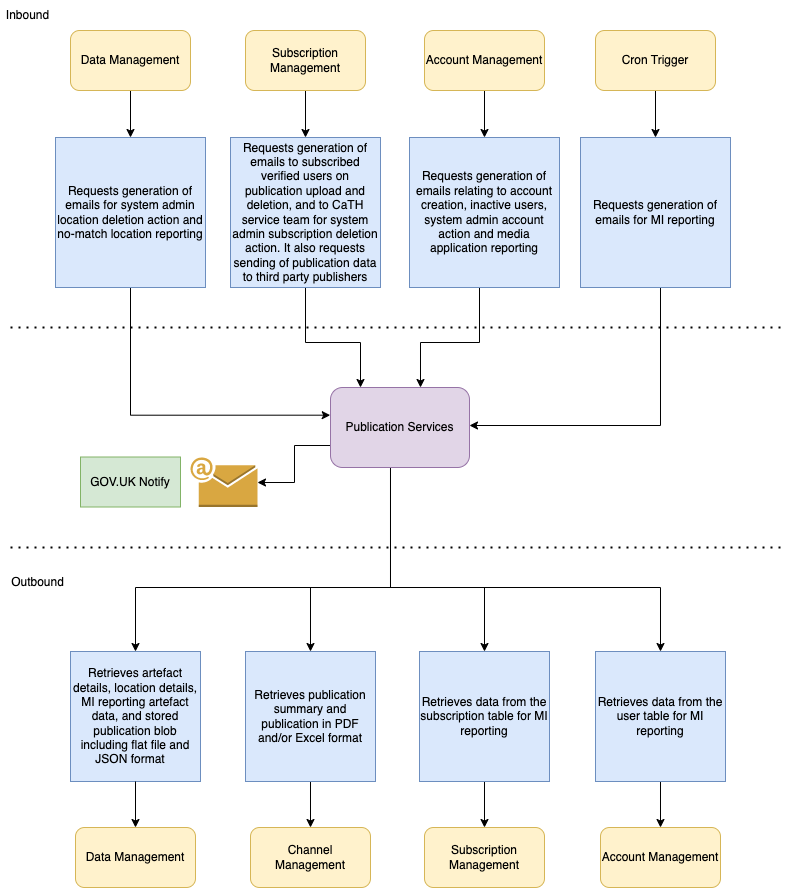
Earlier version of the draw.io export publication-services-arch.png (hmcts/pip-publication-services). Source tidied: cells renumbered, new cells last; positions are measured from the earlier drawing's top-left corner, leaving out a move shared by most shapes.
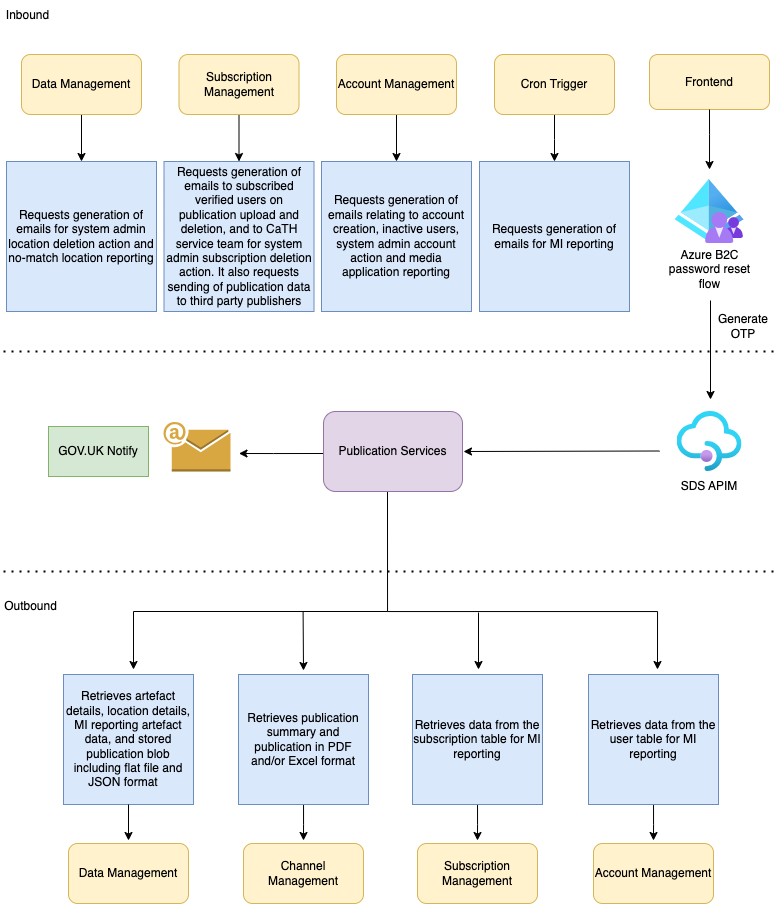
Above is the later version.

Diff of the diagram source:
```diff
@@ -2,176 +2,204 @@
   <root>
     <mxCell id="0" />
     <mxCell id="1" parent="0" />
-    <mxCell id="2" style="edgeStyle=orthogonalEdgeStyle;rounded=0;jettySize=auto;html=1;" parent="1" edge="1" source="7" target="13">
-      <mxGeometry relative="1" as="geometry">
-        <Array as="points">
-          <mxPoint x="390" y="587" />
-          <mxPoint x="310" y="587" />
-        </Array>
-      </mxGeometry>
-    </mxCell>
-    <mxCell id="3" style="edgeStyle=orthogonalEdgeStyle;rounded=0;jettySize=auto;html=1;" parent="1" edge="1" source="7" target="37">
-      <mxGeometry relative="1" as="geometry">
-        <Array as="points">
-          <mxPoint x="390" y="587" />
-          <mxPoint x="484" y="587" />
-        </Array>
-      </mxGeometry>
-    </mxCell>
-    <mxCell id="4" style="edgeStyle=orthogonalEdgeStyle;rounded=0;jettySize=auto;html=1;" parent="1" edge="1" source="7" target="39">
+    <mxCell id="4" style="edgeStyle=orthogonalEdgeStyle;rounded=0;orthogonalLoop=1;jettySize=auto;html=1;" parent="1" edge="1">
       <mxGeometry relative="1" as="geometry">
+        <mxPoint x="394" y="456" as="sourcePoint" />
+        <mxPoint x="664" y="634" as="targetPoint" />
         <Array as="points">
-          <mxPoint x="390" y="587" />
-          <mxPoint x="660" y="587" />
+          <mxPoint x="394" y="576" />
+          <mxPoint x="664" y="576" />
         </Array>
       </mxGeometry>
     </mxCell>
-    <mxCell id="5" style="edgeStyle=orthogonalEdgeStyle;rounded=0;jettySize=auto;html=1;" parent="1" edge="1" source="7" target="11">
-      <mxGeometry relative="1" as="geometry">
-        <Array as="points">
-          <mxPoint x="390" y="587" />
-          <mxPoint x="135" y="587" />
-        </Array>
-      </mxGeometry>
-    </mxCell>
-    <mxCell id="6" style="edgeStyle=orthogonalEdgeStyle;rounded=0;jettySize=auto;html=1;" parent="1" edge="1" source="7" target="33">
+    <mxCell id="6" style="edgeStyle=orthogonalEdgeStyle;rounded=0;orthogonalLoop=1;jettySize=auto;html=1;" parent="1" edge="1">
       <mxGeometry relative="1" as="geometry">
+        <mxPoint x="330" y="418" as="sourcePoint" />
+        <mxPoint x="245.5" y="418" as="targetPoint" />
         <Array as="points">
-          <mxPoint x="294" y="445" />
-          <mxPoint x="294" y="482" />
+          <mxPoint x="280" y="418" />
+          <mxPoint x="280" y="418" />
         </Array>
       </mxGeometry>
     </mxCell>
     <mxCell id="7" value="Publication Services&lt;br&gt;" style="rounded=1;whiteSpace=wrap;html=1;fillColor=#e1d5e7;strokeColor=#9673a6;" parent="1" vertex="1">
-      <mxGeometry x="330" y="387" width="139" height="80" as="geometry" />
+      <mxGeometry x="330" y="376" width="139" height="80" as="geometry" />
     </mxCell>
     <mxCell id="8" value="GOV.UK Notify" style="rounded=0;whiteSpace=wrap;html=1;fillColor=#d5e8d4;strokeColor=#82b366;" parent="1" vertex="1">
-      <mxGeometry x="80" y="456.5" width="100" height="50" as="geometry" />
+      <mxGeometry x="55" y="391" width="100" height="50" as="geometry" />
     </mxCell>
     <mxCell id="9" value="Data Management" style="rounded=1;whiteSpace=wrap;html=1;fillColor=#fff2cc;strokeColor=#d6b656;" parent="1" vertex="1">
-      <mxGeometry x="75" y="827" width="120" height="60" as="geometry" />
+      <mxGeometry x="75" y="808" width="120" height="60" as="geometry" />
     </mxCell>
     <mxCell id="10" value="Channel Management" style="rounded=1;whiteSpace=wrap;html=1;fillColor=#fff2cc;strokeColor=#d6b656;" parent="1" vertex="1">
-      <mxGeometry x="250" y="827" width="120" height="60" as="geometry" />
+      <mxGeometry x="250" y="808" width="120" height="60" as="geometry" />
     </mxCell>
     <mxCell id="11" value="Retrieves artefact details, location details, MI reporting artefact data, and stored publication blob including flat file and JSON format&amp;nbsp; &amp;nbsp;" style="whiteSpace=wrap;html=1;fillColor=#dae8fc;strokeColor=#6c8ebf;" parent="1" vertex="1">
-      <mxGeometry x="70" y="651" width="130" height="130" as="geometry" />
+      <mxGeometry x="70" y="639" width="130" height="130" as="geometry" />
     </mxCell>
-    <mxCell id="12" style="edgeStyle=orthogonalEdgeStyle;rounded=0;jettySize=auto;html=1;entryX=0.5;entryY=0;entryDx=0;entryDy=0;" parent="1" edge="1" source="13" target="10">
-      <mxGeometry relative="1" as="geometry" />
+    <mxCell id="12" style="edgeStyle=orthogonalEdgeStyle;rounded=0;jettySize=auto;html=1;" parent="1" edge="1" source="13">
+      <mxGeometry relative="1" as="geometry">
+        <mxPoint x="310" y="805" as="targetPoint" />
+      </mxGeometry>
     </mxCell>
     <mxCell id="13" value="Retrieves publication summary and publication in PDF and/or Excel format" style="whiteSpace=wrap;html=1;fillColor=#dae8fc;strokeColor=#6c8ebf;" parent="1" vertex="1">
-      <mxGeometry x="245" y="651" width="130" height="130" as="geometry" />
+      <mxGeometry x="245" y="639" width="130" height="130" as="geometry" />
     </mxCell>
-    <mxCell id="14" style="endArrow=classic;html=1;rounded=0;exitX=0.5;exitY=1;exitDx=0;exitDy=0;entryX=0.5;entryY=0;entryDx=0;entryDy=0;" parent="1" edge="1" source="11" target="9">
-      <mxGeometry relative="1" as="geometry" />
+    <mxCell id="14" style="endArrow=classic;html=1;rounded=0;exitX=0.5;exitY=1;exitDx=0;exitDy=0;" parent="1" edge="1" source="11">
+      <mxGeometry relative="1" as="geometry">
+        <mxPoint x="135" y="805" as="targetPoint" />
+      </mxGeometry>
     </mxCell>
     <mxCell id="15" style="edgeStyle=orthogonalEdgeStyle;rounded=0;jettySize=auto;html=1;" parent="1" edge="1" source="16" target="18">
       <mxGeometry relative="1" as="geometry" />
     </mxCell>
     <mxCell id="16" value="Subscription Management" style="rounded=1;whiteSpace=wrap;html=1;fillColor=#fff2cc;strokeColor=#d6b656;" parent="1" vertex="1">
-      <mxGeometry x="245" y="30" width="120" height="60" as="geometry" />
+      <mxGeometry x="185.5" y="19" width="120" height="60" as="geometry" />
     </mxCell>
-    <mxCell id="17" style="edgeStyle=orthogonalEdgeStyle;rounded=0;jettySize=auto;html=1;" parent="1" edge="1" source="18">
-      <mxGeometry relative="1" as="geometry">
-        <mxPoint x="360" y="387" as="targetPoint" />
-        <Array as="points">
-          <mxPoint x="305" y="342" />
-          <mxPoint x="360" y="342" />
-        </Array>
-      </mxGeometry>
-    </mxCell>
     <mxCell id="18" value="Requests generation of emails to subscribed verified users on publication upload and deletion, and to CaTH service team for system admin subscription deletion action. It also requests sending of publication data to third party publishers" style="whiteSpace=wrap;html=1;fillColor=#dae8fc;strokeColor=#6c8ebf;" parent="1" vertex="1">
-      <mxGeometry x="230" y="137" width="150" height="150" as="geometry" />
+      <mxGeometry x="170.5" y="126" width="150" height="150" as="geometry" />
     </mxCell>
     <mxCell id="19" style="edgeStyle=orthogonalEdgeStyle;rounded=0;jettySize=auto;html=1;" parent="1" edge="1" source="20" target="22">
       <mxGeometry relative="1" as="geometry" />
     </mxCell>
     <mxCell id="20" value="Data Management" style="rounded=1;whiteSpace=wrap;html=1;fillColor=#fff2cc;strokeColor=#d6b656;" parent="1" vertex="1">
-      <mxGeometry x="70" y="30" width="120" height="60" as="geometry" />
+      <mxGeometry x="28" y="19" width="120" height="60" as="geometry" />
     </mxCell>
-    <mxCell id="21" style="edgeStyle=orthogonalEdgeStyle;rounded=0;jettySize=auto;html=1;entryX=-0.002;entryY=0.346;entryDx=0;entryDy=0;entryPerimeter=0;" parent="1" edge="1" source="22" target="7">
-      <mxGeometry relative="1" as="geometry">
-        <Array as="points">
-          <mxPoint x="130" y="415" />
-        </Array>
-      </mxGeometry>
-    </mxCell>
     <mxCell id="22" value="Requests generation of emails for system admin location&amp;nbsp;deletion action and no-match location reporting" style="whiteSpace=wrap;html=1;fillColor=#dae8fc;strokeColor=#6c8ebf;" parent="1" vertex="1">
-      <mxGeometry x="55" y="137" width="150" height="150" as="geometry" />
+      <mxGeometry x="13" y="126" width="150" height="150" as="geometry" />
     </mxCell>
     <mxCell id="23" style="edgeStyle=orthogonalEdgeStyle;rounded=0;jettySize=auto;html=1;" parent="1" edge="1" source="24" target="26">
-      <mxGeometry relative="1" as="geometry" />
+      <mxGeometry relative="1" as="geometry">
+        <Array as="points">
+          <mxPoint x="561" y="104" />
+          <mxPoint x="561" y="104" />
+        </Array>
+      </mxGeometry>
     </mxCell>
     <mxCell id="24" value="Cron Trigger" style="rounded=1;whiteSpace=wrap;html=1;fillColor=#fff2cc;strokeColor=#d6b656;" parent="1" vertex="1">
-      <mxGeometry x="595" y="30" width="120" height="60" as="geometry" />
+      <mxGeometry x="501" y="19" width="120" height="60" as="geometry" />
     </mxCell>
-    <mxCell id="25" style="edgeStyle=orthogonalEdgeStyle;rounded=0;jettySize=auto;html=1;" parent="1" edge="1" source="26" target="7">
-      <mxGeometry relative="1" as="geometry">
-        <Array as="points">
-          <mxPoint x="660" y="425" />
-        </Array>
-      </mxGeometry>
-    </mxCell>
     <mxCell id="26" value="Requests generation of emails for MI reporting" style="whiteSpace=wrap;html=1;fillColor=#dae8fc;strokeColor=#6c8ebf;" parent="1" vertex="1">
-      <mxGeometry x="580" y="137" width="150" height="150" as="geometry" />
+      <mxGeometry x="486" y="126" width="150" height="150" as="geometry" />
     </mxCell>
     <mxCell id="27" style="endArrow=none;dashed=1;html=1;dashPattern=1 3;strokeWidth=2;rounded=0;" parent="1" edge="1">
       <mxGeometry relative="1" as="geometry">
-        <mxPoint x="10" y="327" as="sourcePoint" />
-        <mxPoint x="785" y="327" as="targetPoint" />
+        <mxPoint x="10" y="316" as="sourcePoint" />
+        <mxPoint x="785" y="316" as="targetPoint" />
       </mxGeometry>
     </mxCell>
     <mxCell id="28" style="endArrow=none;dashed=1;html=1;dashPattern=1 3;strokeWidth=2;rounded=0;" parent="1" edge="1">
       <mxGeometry relative="1" as="geometry">
-        <mxPoint x="10" y="547" as="sourcePoint" />
-        <mxPoint x="783" y="547" as="targetPoint" />
+        <mxPoint x="10" y="536" as="sourcePoint" />
+        <mxPoint x="783" y="536" as="targetPoint" />
       </mxGeometry>
     </mxCell>
     <mxCell id="29" value="Outbound" style="text;html=1;strokeColor=none;fillColor=none;align=center;verticalAlign=middle;whiteSpace=wrap;rounded=0;" parent="1" vertex="1">
-      <mxGeometry x="10" y="567" width="55" height="30" as="geometry" />
+      <mxGeometry x="10" y="556" width="55" height="30" as="geometry" />
     </mxCell>
     <mxCell id="30" value="Inbound" style="text;html=1;strokeColor=none;fillColor=none;align=center;verticalAlign=middle;whiteSpace=wrap;rounded=0;" parent="1" vertex="1">
-      <mxGeometry width="55" height="30" as="geometry" />
+      <mxGeometry x="7" y="-35" width="55" height="30" as="geometry" />
     </mxCell>
     <mxCell id="31" value="Subscription Management" style="rounded=1;whiteSpace=wrap;html=1;fillColor=#fff2cc;strokeColor=#d6b656;" parent="1" vertex="1">
-      <mxGeometry x="424" y="827" width="120" height="60" as="geometry" />
+      <mxGeometry x="424" y="808" width="120" height="60" as="geometry" />
     </mxCell>
     <mxCell id="32" value="Account Management" style="rounded=1;whiteSpace=wrap;html=1;fillColor=#fff2cc;strokeColor=#d6b656;" parent="1" vertex="1">
-      <mxGeometry x="600" y="827" width="120" height="60" as="geometry" />
+      <mxGeometry x="600" y="808" width="120" height="60" as="geometry" />
     </mxCell>
     <mxCell id="33" style="outlineConnect=0;dashed=0;verticalLabelPosition=bottom;verticalAlign=top;align=center;html=1;shape=mxgraph.aws3.email;fillColor=#D9A741;gradientColor=none;" parent="1" vertex="1">
-      <mxGeometry x="190" y="457" width="67" height="49.5" as="geometry" />
+      <mxGeometry x="170" y="386.5" width="67" height="49.5" as="geometry" />
     </mxCell>
     <mxCell id="34" style="edgeStyle=orthogonalEdgeStyle;rounded=0;jettySize=auto;html=1;" parent="1" edge="1" source="35" target="41">
       <mxGeometry relative="1" as="geometry" />
     </mxCell>
     <mxCell id="35" value="Account Management" style="rounded=1;whiteSpace=wrap;html=1;fillColor=#fff2cc;strokeColor=#d6b656;" parent="1" vertex="1">
-      <mxGeometry x="424" y="30" width="120" height="60" as="geometry" />
+      <mxGeometry x="343" y="19" width="120" height="60" as="geometry" />
     </mxCell>
-    <mxCell id="36" style="edgeStyle=orthogonalEdgeStyle;rounded=0;jettySize=auto;html=1;entryX=0.5;entryY=0;entryDx=0;entryDy=0;" parent="1" edge="1" source="37" target="31">
-      <mxGeometry relative="1" as="geometry" />
+    <mxCell id="36" style="edgeStyle=orthogonalEdgeStyle;rounded=0;jettySize=auto;html=1;" parent="1" edge="1" source="37">
+      <mxGeometry relative="1" as="geometry">
+        <mxPoint x="484" y="805" as="targetPoint" />
+      </mxGeometry>
     </mxCell>
     <mxCell id="37" value="Retrieves data from the subscription table for MI reporting" style="whiteSpace=wrap;html=1;fillColor=#dae8fc;strokeColor=#6c8ebf;" parent="1" vertex="1">
-      <mxGeometry x="419" y="651" width="130" height="130" as="geometry" />
+      <mxGeometry x="419" y="639" width="130" height="130" as="geometry" />
     </mxCell>
-    <mxCell id="38" style="edgeStyle=orthogonalEdgeStyle;rounded=0;jettySize=auto;html=1;" parent="1" edge="1" source="39" target="32">
-      <mxGeometry relative="1" as="geometry" />
+    <mxCell id="38" style="edgeStyle=orthogonalEdgeStyle;rounded=0;jettySize=auto;html=1;" parent="1" edge="1" source="39">
+      <mxGeometry relative="1" as="geometry">
+        <mxPoint x="660" y="805" as="targetPoint" />
+      </mxGeometry>
     </mxCell>
     <mxCell id="39" value="Retrieves data from the user table for MI reporting" style="whiteSpace=wrap;html=1;fillColor=#dae8fc;strokeColor=#6c8ebf;" parent="1" vertex="1">
-      <mxGeometry x="595" y="651" width="130" height="130" as="geometry" />
+      <mxGeometry x="595" y="639" width="130" height="130" as="geometry" />
     </mxCell>
-    <mxCell id="40" style="edgeStyle=orthogonalEdgeStyle;rounded=0;jettySize=auto;html=1;" parent="1" edge="1" source="41">
-      <mxGeometry relative="1" as="geometry">
-        <mxPoint x="420" y="387" as="targetPoint" />
-        <Array as="points">
-          <mxPoint x="479" y="342" />
-          <mxPoint x="420" y="342" />
-        </Array>
-      </mxGeometry>
-    </mxCell>
     <mxCell id="41" value="Requests generation of emails relating to account creation, inactive users, system admin account action and media application reporting" style="whiteSpace=wrap;html=1;fillColor=#dae8fc;strokeColor=#6c8ebf;" parent="1" vertex="1">
-      <mxGeometry x="409" y="137" width="150" height="150" as="geometry" />
+      <mxGeometry x="328" y="126" width="150" height="150" as="geometry" />
     </mxCell>
+    <mxCell id="42" value="Frontend" style="rounded=1;whiteSpace=wrap;html=1;fillColor=#fff2cc;strokeColor=#d6b656;" parent="1" vertex="1">
+      <mxGeometry x="656" y="19" width="120" height="55" as="geometry" />
+    </mxCell>
+    <mxCell id="43" style="edgeStyle=orthogonalEdgeStyle;rounded=0;orthogonalLoop=1;jettySize=auto;html=1;exitX=0.5;exitY=1;exitDx=0;exitDy=0;" parent="1" edge="1">
+      <mxGeometry relative="1" as="geometry">
+        <mxPoint x="705" y="228" as="sourcePoint" />
+        <mxPoint x="705" y="228" as="targetPoint" />
+      </mxGeometry>
+    </mxCell>
+    <mxCell id="44" style="image;html=1;align=center;fontSize=12;image=img/lib/azure2/identity/Azure_AD_B2C.svg;" parent="1" vertex="1">
+      <mxGeometry x="681.5" y="144" width="69" height="64" as="geometry" />
+    </mxCell>
+    <mxCell id="45" style="image;html=1;align=center;fontSize=12;image=img/lib/azure2/integration/API_Management_Services.svg;" parent="1" vertex="1">
+      <mxGeometry x="683.5" y="376" width="65" height="60" as="geometry" />
+    </mxCell>
+    <mxCell id="46" value="Azure B2C password reset flow" style="text;html=1;strokeColor=none;fillColor=none;align=center;verticalAlign=middle;whiteSpace=wrap;rounded=0;" parent="1" vertex="1">
+      <mxGeometry x="673.5" y="219" width="85" height="30" as="geometry" />
+    </mxCell>
+    <mxCell id="47" style="edgeStyle=orthogonalEdgeStyle;rounded=0;orthogonalLoop=1;jettySize=auto;html=1;" parent="1" edge="1">
+      <mxGeometry relative="1" as="geometry">
+        <mxPoint x="716" y="74" as="sourcePoint" />
+        <mxPoint x="716" y="134" as="targetPoint" />
+        <Array as="points">
+          <mxPoint x="716" y="99" />
+          <mxPoint x="716" y="99" />
+        </Array>
+      </mxGeometry>
+    </mxCell>
+    <mxCell id="48" value="SDS APIM" style="text;html=1;strokeColor=none;fillColor=none;align=center;verticalAlign=middle;whiteSpace=wrap;rounded=0;" parent="1" vertex="1">
+      <mxGeometry x="666" y="436" width="100" height="30" as="geometry" />
+    </mxCell>
+    <mxCell id="49" style="endArrow=classic;html=1;rounded=0;" parent="1" edge="1">
+      <mxGeometry relative="1" as="geometry">
+        <mxPoint x="666" y="415.5" as="sourcePoint" />
+        <mxPoint x="470" y="416" as="targetPoint" />
+      </mxGeometry>
+    </mxCell>
+    <mxCell id="50" style="endArrow=classic;html=1;rounded=0;" parent="1" edge="1">
+      <mxGeometry relative="1" as="geometry">
+        <mxPoint x="485" y="577" as="sourcePoint" />
+        <mxPoint x="485" y="634" as="targetPoint" />
+      </mxGeometry>
+    </mxCell>
+    <mxCell id="51" style="endArrow=classic;html=1;rounded=0;" parent="1" edge="1">
+      <mxGeometry relative="1" as="geometry">
+        <mxPoint x="394" y="576" as="sourcePoint" />
+        <mxPoint x="140" y="634" as="targetPoint" />
+        <Array as="points">
+          <mxPoint x="140" y="576" />
+        </Array>
+      </mxGeometry>
+    </mxCell>
+    <mxCell id="52" style="endArrow=classic;html=1;rounded=0;" parent="1" edge="1">
+      <mxGeometry relative="1" as="geometry">
+        <mxPoint x="309.6" y="576" as="sourcePoint" />
+        <mxPoint x="310" y="635" as="targetPoint" />
+      </mxGeometry>
+    </mxCell>
+    <mxCell id="53" style="endArrow=classic;html=1;rounded=0;" parent="1" edge="1">
+      <mxGeometry relative="1" as="geometry">
+        <mxPoint x="717" y="265" as="sourcePoint" />
+        <mxPoint x="717" y="364" as="targetPoint" />
+      </mxGeometry>
+    </mxCell>
+    <mxCell id="54" value="Generate OTP" style="text;html=1;strokeColor=none;fillColor=none;align=center;verticalAlign=middle;whiteSpace=wrap;rounded=0;" parent="1" vertex="1">
+      <mxGeometry x="720" y="276" width="60" height="30" as="geometry" />
+    </mxCell>
   </root>
 </mxGraphModel>
```
